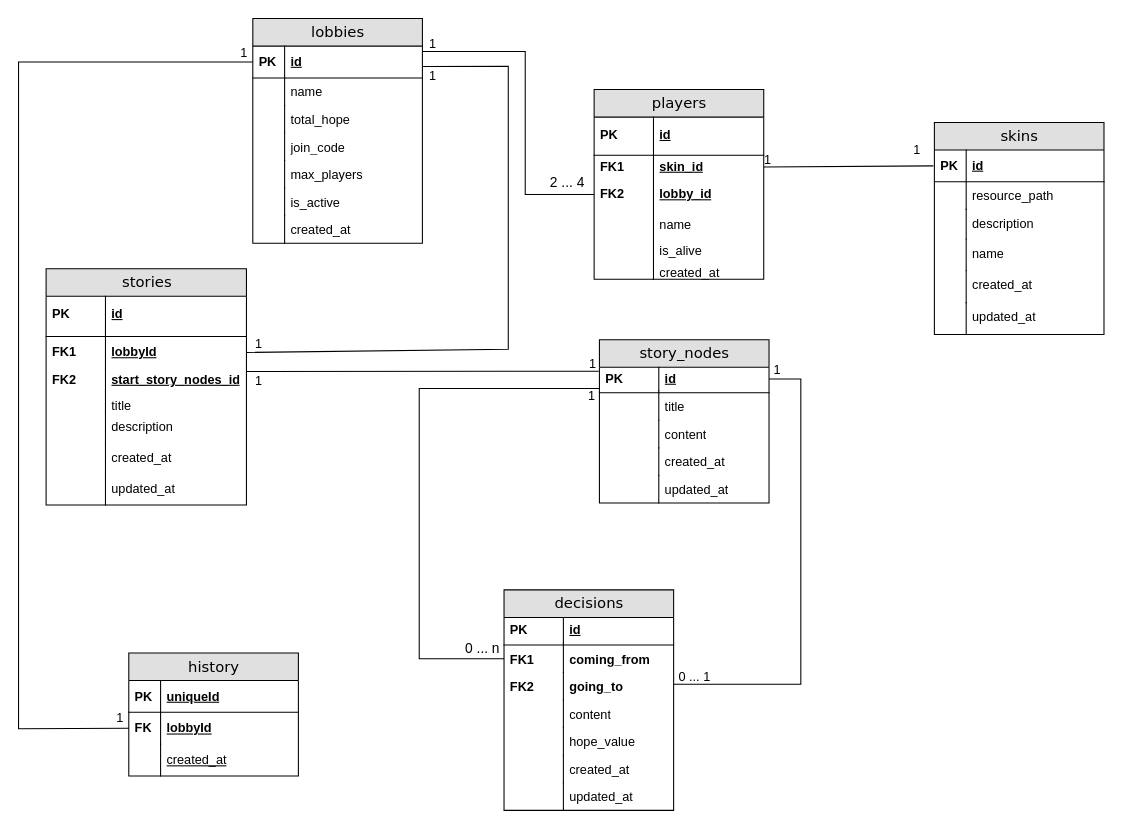
Before: Documents/DB.drawio in jhenniges2003/Projektarbeit-Browsergame, a draw.io diagram. Source tidied: cells renumbered, new cells numbered last; positions are measured from the earlier drawing's top-left corner, leaving out a move shared by most shapes. Both pictures are drawn from the tidied source at 106%, with x=0, y=0 at pixel (18, 18).
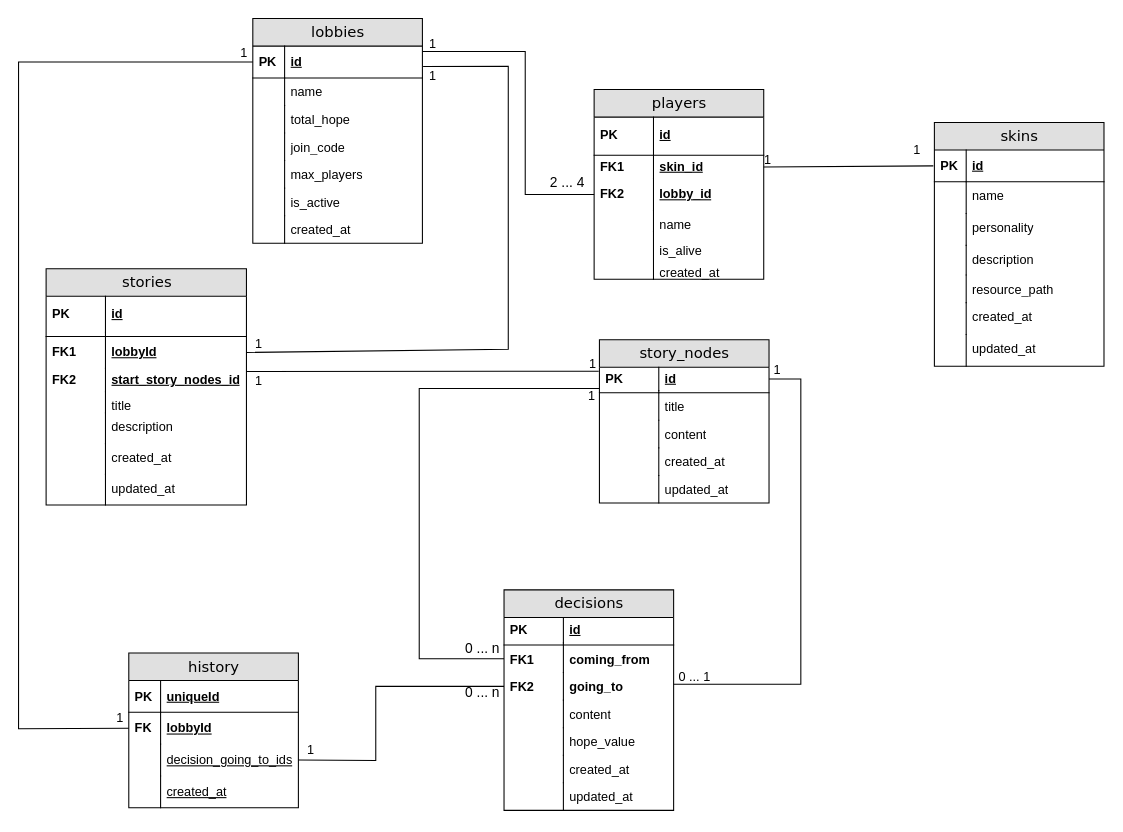
The same diagram, later.

Unchanged cells that the change refers to:
```xml
<mxCell id="22" value="&lt;b&gt;going_to&lt;/b&gt;" style="shape=partialRectangle;top=0;left=0;right=0;bottom=0;html=1;align=left;verticalAlign=top;fillColor=none;spacingLeft=60;spacingRight=4;whiteSpace=wrap;overflow=hidden;points=[[0,0.5],[1,0.5]];portConstraint=eastwest;" parent="15" vertex="1">
  <mxGeometry y="78" width="160" height="26" as="geometry" />
</mxCell>
```

Diff of the diagram source:
```diff
@@
     <mxCell id="2" value="skins" style="swimlane;html=1;fontStyle=0;horizontal=1;startSize=26;fillColor=#e0e0e0;swimlaneFillColor=#ffffff;align=center;rounded=0;shadow=0;comic=0;labelBackgroundColor=none;strokeWidth=1;fontFamily=Verdana;fontSize=14;swimlaneLine=1;" parent="1" vertex="1">
-      <mxGeometry x="864" y="98" width="160" height="200" as="geometry" />
+      <mxGeometry x="864" y="98" width="160" height="230" as="geometry" />
     </mxCell>
@@
+    <mxCell id="9" value="name" style="shape=partialRectangle;top=0;left=0;right=0;bottom=0;html=1;align=left;verticalAlign=top;fillColor=none;spacingLeft=34;spacingRight=4;whiteSpace=wrap;overflow=hidden;" parent="2" vertex="1">
+      <mxGeometry y="56" width="160" height="30" as="geometry" />
+    </mxCell>
+    <mxCell id="10" style="shape=partialRectangle;top=0;left=0;bottom=0;html=1;fillColor=none;align=left;verticalAlign=top;spacingLeft=4;spacingRight=4;whiteSpace=wrap;overflow=hidden;" parent="9" vertex="1">
+      <mxGeometry width="30" height="30" as="geometry" />
+    </mxCell>
+    <mxCell id="122" value="personality" style="shape=partialRectangle;top=0;left=0;right=0;bottom=0;html=1;align=left;verticalAlign=top;fillColor=none;spacingLeft=34;spacingRight=4;whiteSpace=wrap;overflow=hidden;" parent="2" vertex="1">
+      <mxGeometry y="86" width="160" height="30" as="geometry" />
+    </mxCell>
+    <mxCell id="123" style="shape=partialRectangle;top=0;left=0;bottom=0;html=1;fillColor=none;align=left;verticalAlign=top;spacingLeft=4;spacingRight=4;whiteSpace=wrap;overflow=hidden;" parent="122" vertex="1">
+      <mxGeometry width="30" height="30" as="geometry" />
+    </mxCell>
+    <mxCell id="7" value="description" style="shape=partialRectangle;top=0;left=0;right=0;bottom=0;html=1;align=left;verticalAlign=top;fillColor=none;spacingLeft=34;spacingRight=4;whiteSpace=wrap;overflow=hidden;" parent="2" vertex="1">
+      <mxGeometry y="116" width="160" height="28" as="geometry" />
+    </mxCell>
+    <mxCell id="8" style="shape=partialRectangle;top=0;left=0;bottom=0;html=1;fillColor=none;align=left;verticalAlign=top;spacingLeft=4;spacingRight=4;whiteSpace=wrap;overflow=hidden;" parent="7" vertex="1">
+      <mxGeometry width="30" height="28" as="geometry" />
+    </mxCell>
     <mxCell id="5" value="resource_path" style="shape=partialRectangle;top=0;left=0;right=0;bottom=0;html=1;align=left;verticalAlign=top;fillColor=none;spacingLeft=34;spacingRight=4;whiteSpace=wrap;overflow=hidden;" parent="2" vertex="1">
-      <mxGeometry y="56" width="160" height="26" as="geometry" />
+      <mxGeometry y="144" width="160" height="26" as="geometry" />
     </mxCell>
@@
-    <mxCell id="7" value="description" style="shape=partialRectangle;top=0;left=0;right=0;bottom=0;html=1;align=left;verticalAlign=top;fillColor=none;spacingLeft=34;spacingRight=4;whiteSpace=wrap;overflow=hidden;" parent="2" vertex="1">
-      <mxGeometry y="82" width="160" height="28" as="geometry" />
-    </mxCell>
-    <mxCell id="8" style="shape=partialRectangle;top=0;left=0;bottom=0;html=1;fillColor=none;align=left;verticalAlign=top;spacingLeft=4;spacingRight=4;whiteSpace=wrap;overflow=hidden;" parent="7" vertex="1">
-      <mxGeometry width="30" height="28" as="geometry" />
-    </mxCell>
-    <mxCell id="9" value="name" style="shape=partialRectangle;top=0;left=0;right=0;bottom=0;html=1;align=left;verticalAlign=top;fillColor=none;spacingLeft=34;spacingRight=4;whiteSpace=wrap;overflow=hidden;" parent="2" vertex="1">
-      <mxGeometry y="110" width="160" height="30" as="geometry" />
-    </mxCell>
-    <mxCell id="10" style="shape=partialRectangle;top=0;left=0;bottom=0;html=1;fillColor=none;align=left;verticalAlign=top;spacingLeft=4;spacingRight=4;whiteSpace=wrap;overflow=hidden;" parent="9" vertex="1">
-      <mxGeometry width="30" height="30" as="geometry" />
-    </mxCell>
     <mxCell id="11" value="created_at" style="shape=partialRectangle;top=0;left=0;right=0;bottom=0;html=1;align=left;verticalAlign=top;fillColor=none;spacingLeft=34;spacingRight=4;whiteSpace=wrap;overflow=hidden;" parent="2" vertex="1">
-      <mxGeometry y="140" width="160" height="30" as="geometry" />
+      <mxGeometry y="170" width="160" height="30" as="geometry" />
     </mxCell>
@@
     <mxCell id="13" value="updated_at" style="shape=partialRectangle;top=0;left=0;right=0;bottom=0;html=1;align=left;verticalAlign=top;fillColor=none;spacingLeft=34;spacingRight=4;whiteSpace=wrap;overflow=hidden;" parent="2" vertex="1">
-      <mxGeometry y="170" width="160" height="30" as="geometry" />
+      <mxGeometry y="200" width="160" height="30" as="geometry" />
     </mxCell>
@@
     <mxCell id="89" value="history" style="swimlane;html=1;fontStyle=0;horizontal=1;startSize=26;fillColor=#e0e0e0;swimlaneFillColor=#ffffff;align=center;rounded=0;shadow=0;comic=0;labelBackgroundColor=none;strokeWidth=1;fontFamily=Verdana;fontSize=14;" parent="1" vertex="1">
-      <mxGeometry x="104" y="598.5" width="160" height="116" as="geometry" />
+      <mxGeometry x="104" y="598.5" width="160" height="146" as="geometry" />
     </mxCell>
@@
-    <mxCell id="94" value="&lt;span style=&quot;font-weight: 400;&quot;&gt;created_at&lt;/span&gt;" style="shape=partialRectangle;top=0;left=0;right=0;bottom=1;html=1;align=left;verticalAlign=middle;fillColor=none;spacingLeft=34;spacingRight=4;whiteSpace=wrap;overflow=hidden;points=[[0,0.5],[1,0.5]];portConstraint=eastwest;fontStyle=5;strokeColor=none;" parent="89" vertex="1">
+    <mxCell id="94" value="&lt;span style=&quot;font-weight: 400;&quot;&gt;decision_going_to_ids&lt;/span&gt;" style="shape=partialRectangle;top=0;left=0;right=0;bottom=1;html=1;align=left;verticalAlign=middle;fillColor=none;spacingLeft=34;spacingRight=4;whiteSpace=wrap;overflow=hidden;points=[[0,0.5],[1,0.5]];portConstraint=eastwest;fontStyle=5;strokeColor=none;" parent="89" vertex="1">
       <mxGeometry y="86" width="160" height="30" as="geometry" />
     </mxCell>
@@
+    <mxCell id="124" value="&lt;span style=&quot;font-weight: 400;&quot;&gt;created_at&lt;/span&gt;" style="shape=partialRectangle;top=0;left=0;right=0;bottom=1;html=1;align=left;verticalAlign=middle;fillColor=none;spacingLeft=34;spacingRight=4;whiteSpace=wrap;overflow=hidden;fontStyle=5;strokeColor=none;" parent="89" vertex="1">
+      <mxGeometry y="116" width="160" height="30" as="geometry" />
+    </mxCell>
+    <mxCell id="125" style="shape=partialRectangle;top=0;left=0;bottom=0;html=1;fillColor=none;align=left;verticalAlign=middle;spacingLeft=4;spacingRight=4;whiteSpace=wrap;overflow=hidden;" parent="124" vertex="1">
+      <mxGeometry width="30" height="30" as="geometry" />
+    </mxCell>
@@
+    <mxCell id="126" style="endArrow=none;html=1;rounded=0;exitX=0;exitY=0.5;exitDx=0;exitDy=0;entryX=1;entryY=0.5;entryDx=0;entryDy=0;" parent="1" edge="1" source="22" target="94">
+      <mxGeometry relative="1" as="geometry">
+        <Array as="points">
+          <mxPoint x="337" y="630" />
+          <mxPoint x="337" y="700" />
+        </Array>
+      </mxGeometry>
+    </mxCell>
+    <mxCell id="127" value="&lt;font style=&quot;font-size: 13px;&quot;&gt;0 ... n&lt;/font&gt;" style="text;html=1;whiteSpace=wrap;strokeColor=none;fillColor=none;align=center;verticalAlign=middle;rounded=0;" parent="1" vertex="1">
+      <mxGeometry x="408" y="621" width="60" height="30" as="geometry" />
+    </mxCell>
+    <mxCell id="128" value="1" style="text;html=1;whiteSpace=wrap;strokeColor=none;fillColor=none;align=center;verticalAlign=middle;rounded=0;" parent="1" vertex="1">
+      <mxGeometry x="246" y="675" width="60" height="30" as="geometry" />
+    </mxCell>
```
